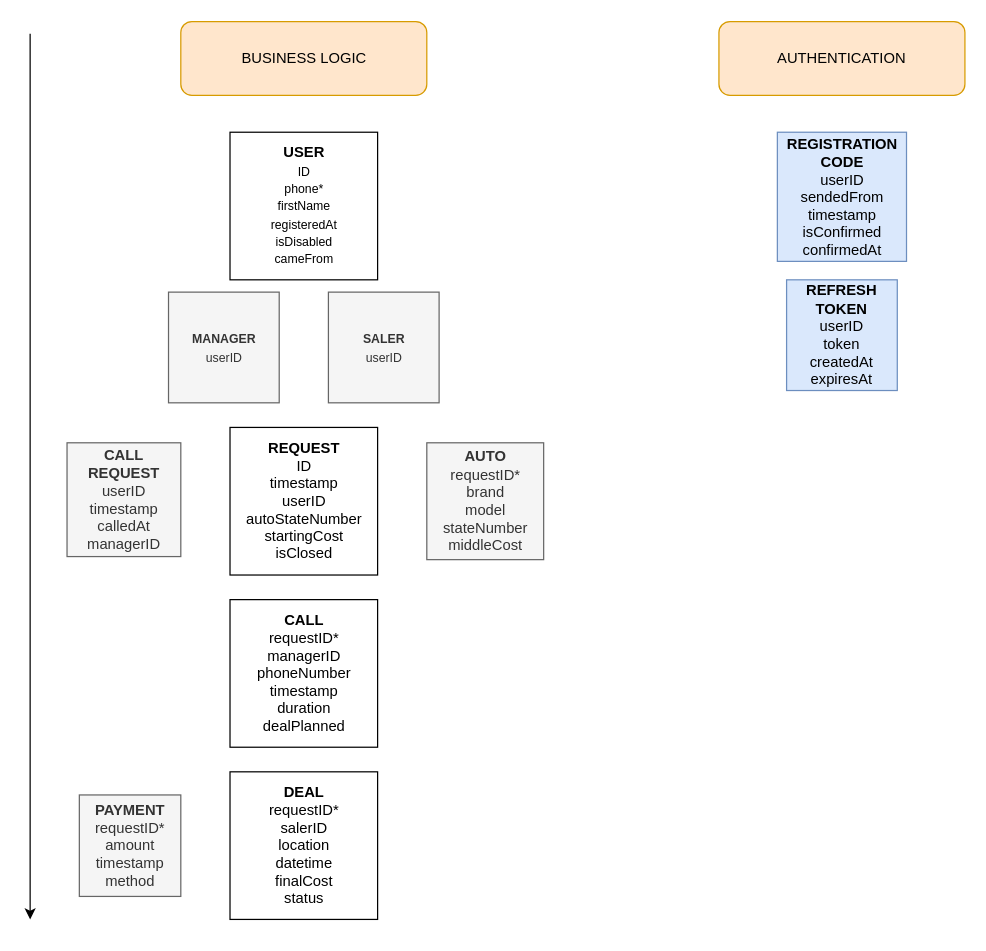
Dahaka1/GetAuto keeps this draw.io diagram as static/AppDiagram.drawio. Above is the earlier version. Source tidied: cells renumbered, new cells numbered last; positions are measured from the earlier drawing's top-left corner, leaving out a move shared by most shapes. Both pictures are drawn from the tidied source at 123%, with x=0, y=0 at pixel (30, 21).
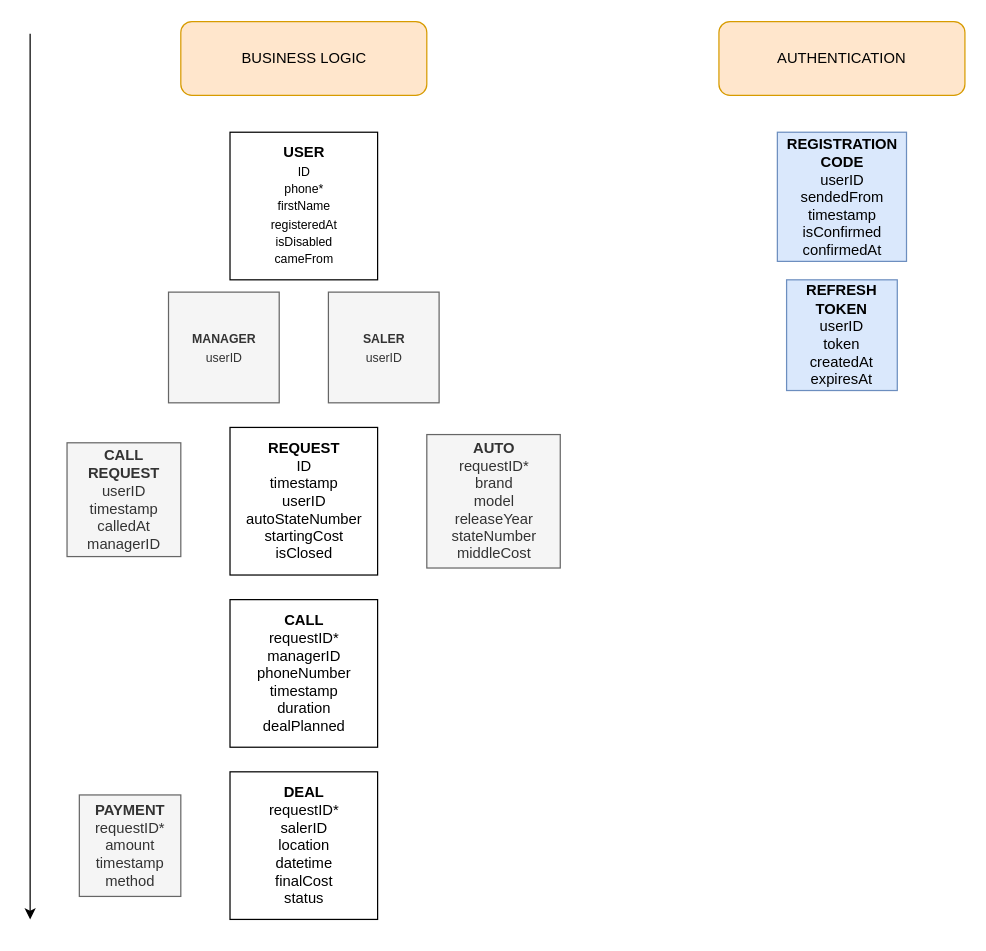
The same diagram, later.

Diff of the diagram source:
```diff
@@
 <mxGraphModel>
   <root>
     <mxCell id="0" />
     <mxCell id="1" parent="0" />
     <mxCell id="2" value="&lt;b&gt;USER&lt;/b&gt;&lt;br&gt;&lt;font style=&quot;font-size: 10px;&quot;&gt;ID&lt;br&gt;phone*&lt;br&gt;firstName&lt;br&gt;registeredAt&lt;br&gt;isDisabled&lt;br&gt;cameFrom&lt;br&gt;&lt;/font&gt;" style="whiteSpace=wrap;html=1;" parent="1" vertex="1">
       <mxGeometry x="162.5" y="90" width="120" height="120" as="geometry" />
     </mxCell>
-    <mxCell id="3" value="&lt;b&gt;AUTO&lt;/b&gt;&lt;br&gt;requestID*&lt;br&gt;brand&lt;br&gt;model&lt;br&gt;stateNumber&lt;br&gt;middleCost" style="whiteSpace=wrap;html=1;fillColor=#f5f5f5;fontColor=#333333;strokeColor=#666666;" parent="1" vertex="1">
-      <mxGeometry x="322.5" y="342.5" width="95" height="95" as="geometry" />
+    <mxCell id="3" value="&lt;b&gt;AUTO&lt;/b&gt;&lt;br&gt;requestID*&lt;br&gt;brand&lt;br&gt;model&lt;br&gt;releaseYear&lt;br&gt;stateNumber&lt;br&gt;middleCost" style="whiteSpace=wrap;html=1;fillColor=#f5f5f5;fontColor=#333333;strokeColor=#666666;" parent="1" vertex="1">
+      <mxGeometry x="322.5" y="335.8" width="108.5" height="108.5" as="geometry" />
     </mxCell>
     <mxCell id="4" value="&lt;b&gt;REQUEST&lt;br&gt;&lt;/b&gt;ID&lt;br&gt;timestamp&lt;br&gt;userID&lt;br&gt;autoStateNumber&lt;br&gt;startingCost&lt;br&gt;isClosed" style="whiteSpace=wrap;html=1;" parent="1" vertex="1">
       <mxGeometry x="162.5" y="330" width="120" height="120" as="geometry" />
     </mxCell>
     <mxCell id="5" value="&lt;b&gt;CALL&lt;br&gt;&lt;/b&gt;requestID*&lt;br&gt;managerID&lt;br&gt;phoneNumber&lt;br&gt;timestamp&lt;br&gt;duration&lt;br&gt;dealPlanned" style="whiteSpace=wrap;html=1;" parent="1" vertex="1">
       <mxGeometry x="162.5" y="470" width="120" height="120" as="geometry" />
     </mxCell>
     <mxCell id="6" value="&lt;b&gt;DEAL&lt;/b&gt;&lt;br&gt;requestID*&lt;br&gt;salerID&lt;br&gt;location&lt;br&gt;datetime&lt;br&gt;finalCost&lt;br&gt;status" style="whiteSpace=wrap;html=1;" parent="1" vertex="1">
       <mxGeometry x="162.5" y="610" width="120" height="120" as="geometry" />
     </mxCell>
     <mxCell id="7" value="&lt;font style=&quot;font-size: 10px;&quot;&gt;&lt;b&gt;MANAGER&lt;br&gt;&lt;/b&gt;userID&lt;br&gt;&lt;/font&gt;" style="whiteSpace=wrap;html=1;fillColor=#f5f5f5;strokeColor=#666666;fontColor=#333333;" parent="1" vertex="1">
       <mxGeometry x="112.5" y="220" width="90" height="90" as="geometry" />
     </mxCell>
     <mxCell id="8" value="&lt;font style=&quot;font-size: 10px;&quot;&gt;&lt;b&gt;SALER&lt;br&gt;&lt;/b&gt;userID&lt;br&gt;&lt;/font&gt;" style="whiteSpace=wrap;html=1;fillColor=#f5f5f5;strokeColor=#666666;fontColor=#333333;" parent="1" vertex="1">
       <mxGeometry x="242.5" y="220" width="90" height="90" as="geometry" />
     </mxCell>
     <mxCell id="9" value="&lt;b&gt;PAYMENT&lt;br&gt;&lt;/b&gt;requestID*&lt;br&gt;amount&lt;br&gt;timestamp&lt;br&gt;method" style="whiteSpace=wrap;html=1;fillColor=#f5f5f5;fontColor=#333333;strokeColor=#666666;" parent="1" vertex="1">
       <mxGeometry x="40" y="628.8" width="82.5" height="82.5" as="geometry" />
     </mxCell>
     <mxCell id="10" value="BUSINESS LOGIC" style="rounded=1;whiteSpace=wrap;html=1;fillColor=#ffe6cc;strokeColor=#d79b00;" parent="1" vertex="1">
       <mxGeometry x="122.5" width="200" height="60" as="geometry" />
     </mxCell>
     <mxCell id="11" style="endArrow=classic;html=1;rounded=0;" parent="1" edge="1">
       <mxGeometry relative="1" as="geometry">
         <mxPoint y="10" as="sourcePoint" />
         <mxPoint y="730" as="targetPoint" />
       </mxGeometry>
     </mxCell>
     <mxCell id="12" value="&lt;b&gt;REGISTRATION&lt;/b&gt;&lt;br&gt;&lt;b&gt;CODE&lt;/b&gt;&lt;br&gt;userID&lt;br&gt;sendedFrom&lt;br&gt;timestamp&lt;br&gt;isConfirmed&lt;br&gt;confirmedAt" style="whiteSpace=wrap;html=1;fillColor=#dae8fc;strokeColor=#6c8ebf;" parent="1" vertex="1">
       <mxGeometry x="607.5" y="90" width="105" height="105" as="geometry" />
     </mxCell>
     <mxCell id="13" value="&lt;b&gt;REFRESH&lt;/b&gt;&lt;br&gt;&lt;b&gt;TOKEN&lt;/b&gt;&lt;br&gt;userID&lt;br&gt;token&lt;br&gt;createdAt&lt;br&gt;expiresAt" style="whiteSpace=wrap;html=1;fillColor=#dae8fc;strokeColor=#6c8ebf;" parent="1" vertex="1">
       <mxGeometry x="615" y="210" width="90" height="90" as="geometry" />
     </mxCell>
     <mxCell id="14" value="AUTHENTICATION" style="rounded=1;whiteSpace=wrap;html=1;fillColor=#ffe6cc;strokeColor=#d79b00;" parent="1" vertex="1">
       <mxGeometry x="560" width="200" height="60" as="geometry" />
     </mxCell>
     <mxCell id="15" value="&lt;b&gt;CALL&lt;/b&gt;&lt;br&gt;&lt;b&gt;REQUEST&lt;br&gt;&lt;/b&gt;userID&lt;br&gt;timestamp&lt;br&gt;calledAt&lt;br&gt;managerID" style="whiteSpace=wrap;html=1;fillColor=#f5f5f5;fontColor=#333333;strokeColor=#666666;" parent="1" vertex="1">
       <mxGeometry x="30" y="342.5" width="92.5" height="92.5" as="geometry" />
     </mxCell>
   </root>
 </mxGraphModel>
```
